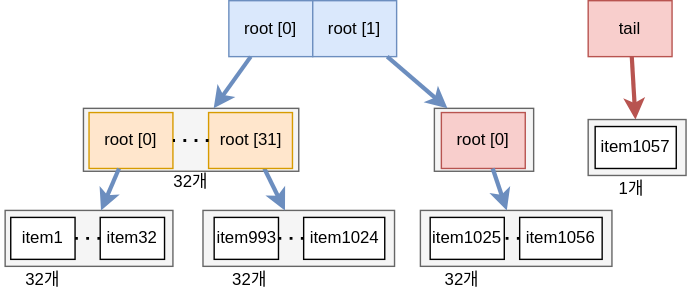
Above: _wiki/clojure/study/vector/vector-1057-tree.svg in johngrib/johngrib.github.io (draw.io), before the change. Source tidied: cells renumbered, new cells last; positions are measured from the earlier drawing's top-left corner, leaving out a move shared by most shapes. Source of this version:
```xml
<mxGraphModel>
  <root>
    <mxCell id="0" />
    <mxCell id="1" parent="0" />
    <mxCell id="2" style="rounded=0;whiteSpace=wrap;html=1;fillColor=#f5f5f5;fontColor=#333333;strokeColor=#666666;" parent="1" vertex="1">
      <mxGeometry x="59" y="77" width="154" height="45" as="geometry" />
    </mxCell>
    <mxCell id="3" style="rounded=0;whiteSpace=wrap;html=1;fillColor=#f5f5f5;fontColor=#333333;strokeColor=#666666;" parent="1" vertex="1">
      <mxGeometry x="144.5" y="150" width="137" height="40" as="geometry" />
    </mxCell>
    <mxCell id="4" style="rounded=0;whiteSpace=wrap;html=1;fillColor=#f5f5f5;fontColor=#333333;strokeColor=#666666;" parent="1" vertex="1">
      <mxGeometry x="3" y="150" width="120" height="40" as="geometry" />
    </mxCell>
    <mxCell id="5" value="root [0]" style="rounded=0;whiteSpace=wrap;html=1;fillColor=#dae8fc;strokeColor=#6c8ebf;" parent="1" vertex="1">
      <mxGeometry x="163" width="60" height="40" as="geometry" />
    </mxCell>
    <mxCell id="6" value="item1" style="rounded=0;whiteSpace=wrap;html=1;" parent="1" vertex="1">
      <mxGeometry x="7" y="155" width="46" height="30" as="geometry" />
    </mxCell>
    <mxCell id="7" value="tail" style="rounded=0;whiteSpace=wrap;html=1;fillColor=#f8cecc;strokeColor=#b85450;" parent="1" vertex="1">
      <mxGeometry x="420" width="60" height="40" as="geometry" />
    </mxCell>
    <mxCell id="8" value="item32" style="rounded=0;whiteSpace=wrap;html=1;" parent="1" vertex="1">
      <mxGeometry x="71" y="155" width="46" height="30" as="geometry" />
    </mxCell>
    <mxCell id="9" style="endArrow=none;dashed=1;html=1;dashPattern=1 3;strokeWidth=2;rounded=0;" parent="1" edge="1" source="8" target="6">
      <mxGeometry relative="1" as="geometry" />
    </mxCell>
    <mxCell id="10" style="endArrow=classic;html=1;rounded=0;strokeWidth=3;fillColor=#f8cecc;strokeColor=#b85450;" parent="1" edge="1" source="7" target="17">
      <mxGeometry relative="1" as="geometry" />
    </mxCell>
    <mxCell id="11" value="root [1]" style="rounded=0;whiteSpace=wrap;html=1;fillColor=#dae8fc;strokeColor=#6c8ebf;" parent="1" vertex="1">
      <mxGeometry x="223" width="60" height="40" as="geometry" />
    </mxCell>
    <mxCell id="12" value="item993" style="rounded=0;whiteSpace=wrap;html=1;" parent="1" vertex="1">
      <mxGeometry x="152.5" y="155" width="46" height="30" as="geometry" />
    </mxCell>
    <mxCell id="13" value="item1024" style="rounded=0;whiteSpace=wrap;html=1;" parent="1" vertex="1">
      <mxGeometry x="216.5" y="155" width="58" height="30" as="geometry" />
    </mxCell>
    <mxCell id="14" style="endArrow=none;dashed=1;html=1;dashPattern=1 3;strokeWidth=2;rounded=0;startArrow=none;" parent="1" edge="1" source="13" target="12">
      <mxGeometry relative="1" as="geometry" />
    </mxCell>
    <mxCell id="15" style="endArrow=classic;html=1;rounded=0;strokeWidth=3;fillColor=#dae8fc;strokeColor=#6c8ebf;" parent="1" edge="1" source="5" target="2">
      <mxGeometry relative="1" as="geometry" />
    </mxCell>
    <mxCell id="16" style="endArrow=classic;html=1;rounded=0;strokeWidth=3;fillColor=#dae8fc;strokeColor=#6c8ebf;" parent="1" edge="1" source="25" target="3">
      <mxGeometry relative="1" as="geometry" />
    </mxCell>
    <mxCell id="17" style="rounded=0;whiteSpace=wrap;html=1;fillColor=#f5f5f5;fontColor=#333333;strokeColor=#666666;" parent="1" vertex="1">
      <mxGeometry x="420" y="85" width="70" height="40" as="geometry" />
    </mxCell>
    <mxCell id="18" value="item1057" style="rounded=0;whiteSpace=wrap;html=1;" parent="1" vertex="1">
      <mxGeometry x="425" y="90" width="58" height="30" as="geometry" />
    </mxCell>
    <mxCell id="19" value="32개" style="text;html=1;strokeColor=none;fillColor=none;align=center;verticalAlign=middle;whiteSpace=wrap;rounded=0;" parent="1" vertex="1">
      <mxGeometry y="185" width="60" height="30" as="geometry" />
    </mxCell>
    <mxCell id="20" value="32개" style="text;html=1;strokeColor=none;fillColor=none;align=center;verticalAlign=middle;whiteSpace=wrap;rounded=0;" parent="1" vertex="1">
      <mxGeometry x="147.5" y="185" width="60" height="30" as="geometry" />
    </mxCell>
    <mxCell id="21" value="1개" style="text;html=1;strokeColor=none;fillColor=none;align=center;verticalAlign=middle;whiteSpace=wrap;rounded=0;" parent="1" vertex="1">
      <mxGeometry x="421" y="120" width="60" height="30" as="geometry" />
    </mxCell>
    <mxCell id="22" value="32개" style="text;html=1;strokeColor=none;fillColor=none;align=center;verticalAlign=middle;whiteSpace=wrap;rounded=0;" parent="1" vertex="1">
      <mxGeometry x="106" y="115" width="60" height="30" as="geometry" />
    </mxCell>
    <mxCell id="23" value="root [0]" style="rounded=0;whiteSpace=wrap;html=1;fillColor=#ffe6cc;strokeColor=#d79b00;" parent="1" vertex="1">
      <mxGeometry x="63" y="80" width="60" height="40" as="geometry" />
    </mxCell>
    <mxCell id="24" style="endArrow=classic;html=1;rounded=0;strokeWidth=3;fillColor=#dae8fc;strokeColor=#6c8ebf;" parent="1" edge="1" source="23" target="4">
      <mxGeometry relative="1" as="geometry" />
    </mxCell>
    <mxCell id="25" value="root [31]" style="rounded=0;whiteSpace=wrap;html=1;fillColor=#ffe6cc;strokeColor=#d79b00;" parent="1" vertex="1">
      <mxGeometry x="148.5" y="80" width="60" height="40" as="geometry" />
    </mxCell>
    <mxCell id="26" style="endArrow=none;dashed=1;html=1;dashPattern=1 3;strokeWidth=2;rounded=0;startArrow=none;" parent="1" edge="1" source="25" target="23">
      <mxGeometry relative="1" as="geometry" />
    </mxCell>
    <mxCell id="27" style="rounded=0;whiteSpace=wrap;html=1;fillColor=#f5f5f5;fontColor=#333333;strokeColor=#666666;" parent="1" vertex="1">
      <mxGeometry x="310" y="77" width="71" height="45" as="geometry" />
    </mxCell>
    <mxCell id="28" style="rounded=0;whiteSpace=wrap;html=1;fillColor=#f5f5f5;fontColor=#333333;strokeColor=#666666;" parent="1" vertex="1">
      <mxGeometry x="300" y="150" width="137" height="40" as="geometry" />
    </mxCell>
    <mxCell id="29" value="item1025" style="rounded=0;whiteSpace=wrap;html=1;" parent="1" vertex="1">
      <mxGeometry x="307" y="155" width="53" height="30" as="geometry" />
    </mxCell>
    <mxCell id="30" value="item1056" style="rounded=0;whiteSpace=wrap;html=1;" parent="1" vertex="1">
      <mxGeometry x="371" y="155" width="59" height="30" as="geometry" />
    </mxCell>
    <mxCell id="31" style="endArrow=none;dashed=1;html=1;dashPattern=1 3;strokeWidth=2;rounded=0;" parent="1" edge="1" source="30" target="29">
      <mxGeometry relative="1" as="geometry" />
    </mxCell>
    <mxCell id="32" value="32개" style="text;html=1;strokeColor=none;fillColor=none;align=center;verticalAlign=middle;whiteSpace=wrap;rounded=0;" parent="1" vertex="1">
      <mxGeometry x="300" y="185" width="60" height="30" as="geometry" />
    </mxCell>
    <mxCell id="33" value="root [0]" style="rounded=0;whiteSpace=wrap;html=1;fillColor=#f8cecc;strokeColor=#b85450;" parent="1" vertex="1">
      <mxGeometry x="315" y="80" width="60" height="40" as="geometry" />
    </mxCell>
    <mxCell id="34" style="endArrow=classic;html=1;rounded=0;strokeWidth=3;fillColor=#dae8fc;strokeColor=#6c8ebf;" parent="1" edge="1" source="33" target="28">
      <mxGeometry relative="1" as="geometry" />
    </mxCell>
    <mxCell id="35" style="endArrow=classic;html=1;rounded=0;strokeWidth=3;fillColor=#dae8fc;strokeColor=#6c8ebf;" parent="1" edge="1" source="11" target="27">
      <mxGeometry relative="1" as="geometry" />
    </mxCell>
  </root>
</mxGraphModel>
```
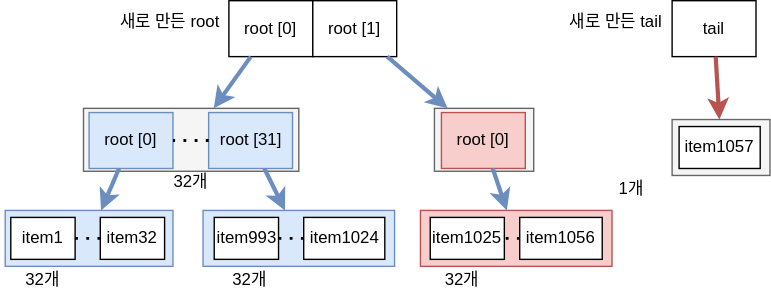
Later version of the same file.

Change to the diagram source:
```diff
@@ -5,20 +5,20 @@
     <mxCell id="2" style="rounded=0;whiteSpace=wrap;html=1;fillColor=#f5f5f5;fontColor=#333333;strokeColor=#666666;" parent="1" vertex="1">
       <mxGeometry x="59" y="77" width="154" height="45" as="geometry" />
     </mxCell>
-    <mxCell id="3" style="rounded=0;whiteSpace=wrap;html=1;fillColor=#f5f5f5;fontColor=#333333;strokeColor=#666666;" parent="1" vertex="1">
+    <mxCell id="3" style="rounded=0;whiteSpace=wrap;html=1;fillColor=#dae8fc;strokeColor=#6c8ebf;" parent="1" vertex="1">
       <mxGeometry x="144.5" y="150" width="137" height="40" as="geometry" />
     </mxCell>
-    <mxCell id="4" style="rounded=0;whiteSpace=wrap;html=1;fillColor=#f5f5f5;fontColor=#333333;strokeColor=#666666;" parent="1" vertex="1">
+    <mxCell id="4" style="rounded=0;whiteSpace=wrap;html=1;fillColor=#dae8fc;strokeColor=#6c8ebf;" parent="1" vertex="1">
       <mxGeometry x="3" y="150" width="120" height="40" as="geometry" />
     </mxCell>
-    <mxCell id="5" value="root [0]" style="rounded=0;whiteSpace=wrap;html=1;fillColor=#dae8fc;strokeColor=#6c8ebf;" parent="1" vertex="1">
+    <mxCell id="5" value="root [0]" style="rounded=0;whiteSpace=wrap;html=1;" parent="1" vertex="1">
       <mxGeometry x="163" width="60" height="40" as="geometry" />
     </mxCell>
     <mxCell id="6" value="item1" style="rounded=0;whiteSpace=wrap;html=1;" parent="1" vertex="1">
       <mxGeometry x="7" y="155" width="46" height="30" as="geometry" />
     </mxCell>
-    <mxCell id="7" value="tail" style="rounded=0;whiteSpace=wrap;html=1;fillColor=#f8cecc;strokeColor=#b85450;" parent="1" vertex="1">
-      <mxGeometry x="420" width="60" height="40" as="geometry" />
+    <mxCell id="7" value="tail" style="rounded=0;whiteSpace=wrap;html=1;" parent="1" vertex="1">
+      <mxGeometry x="480" width="60" height="40" as="geometry" />
     </mxCell>
     <mxCell id="8" value="item32" style="rounded=0;whiteSpace=wrap;html=1;" parent="1" vertex="1">
       <mxGeometry x="71" y="155" width="46" height="30" as="geometry" />
@@ -29,7 +29,7 @@
     <mxCell id="10" style="endArrow=classic;html=1;rounded=0;strokeWidth=3;fillColor=#f8cecc;strokeColor=#b85450;" parent="1" edge="1" source="7" target="17">
       <mxGeometry relative="1" as="geometry" />
     </mxCell>
-    <mxCell id="11" value="root [1]" style="rounded=0;whiteSpace=wrap;html=1;fillColor=#dae8fc;strokeColor=#6c8ebf;" parent="1" vertex="1">
+    <mxCell id="11" value="root [1]" style="rounded=0;whiteSpace=wrap;html=1;" parent="1" vertex="1">
       <mxGeometry x="223" width="60" height="40" as="geometry" />
     </mxCell>
     <mxCell id="12" value="item993" style="rounded=0;whiteSpace=wrap;html=1;" parent="1" vertex="1">
@@ -48,10 +48,10 @@
       <mxGeometry relative="1" as="geometry" />
     </mxCell>
     <mxCell id="17" style="rounded=0;whiteSpace=wrap;html=1;fillColor=#f5f5f5;fontColor=#333333;strokeColor=#666666;" parent="1" vertex="1">
-      <mxGeometry x="420" y="85" width="70" height="40" as="geometry" />
+      <mxGeometry x="480" y="85" width="70" height="40" as="geometry" />
     </mxCell>
     <mxCell id="18" value="item1057" style="rounded=0;whiteSpace=wrap;html=1;" parent="1" vertex="1">
-      <mxGeometry x="425" y="90" width="58" height="30" as="geometry" />
+      <mxGeometry x="485" y="90" width="58" height="30" as="geometry" />
     </mxCell>
     <mxCell id="19" value="32개" style="text;html=1;strokeColor=none;fillColor=none;align=center;verticalAlign=middle;whiteSpace=wrap;rounded=0;" parent="1" vertex="1">
       <mxGeometry y="185" width="60" height="30" as="geometry" />
@@ -65,13 +65,13 @@
     <mxCell id="22" value="32개" style="text;html=1;strokeColor=none;fillColor=none;align=center;verticalAlign=middle;whiteSpace=wrap;rounded=0;" parent="1" vertex="1">
       <mxGeometry x="106" y="115" width="60" height="30" as="geometry" />
     </mxCell>
-    <mxCell id="23" value="root [0]" style="rounded=0;whiteSpace=wrap;html=1;fillColor=#ffe6cc;strokeColor=#d79b00;" parent="1" vertex="1">
+    <mxCell id="23" value="root [0]" style="rounded=0;whiteSpace=wrap;html=1;fillColor=#dae8fc;strokeColor=#6c8ebf;" parent="1" vertex="1">
       <mxGeometry x="63" y="80" width="60" height="40" as="geometry" />
     </mxCell>
     <mxCell id="24" style="endArrow=classic;html=1;rounded=0;strokeWidth=3;fillColor=#dae8fc;strokeColor=#6c8ebf;" parent="1" edge="1" source="23" target="4">
       <mxGeometry relative="1" as="geometry" />
     </mxCell>
-    <mxCell id="25" value="root [31]" style="rounded=0;whiteSpace=wrap;html=1;fillColor=#ffe6cc;strokeColor=#d79b00;" parent="1" vertex="1">
+    <mxCell id="25" value="root [31]" style="rounded=0;whiteSpace=wrap;html=1;fillColor=#dae8fc;strokeColor=#6c8ebf;" parent="1" vertex="1">
       <mxGeometry x="148.5" y="80" width="60" height="40" as="geometry" />
     </mxCell>
     <mxCell id="26" style="endArrow=none;dashed=1;html=1;dashPattern=1 3;strokeWidth=2;rounded=0;startArrow=none;" parent="1" edge="1" source="25" target="23">
@@ -80,7 +80,7 @@
     <mxCell id="27" style="rounded=0;whiteSpace=wrap;html=1;fillColor=#f5f5f5;fontColor=#333333;strokeColor=#666666;" parent="1" vertex="1">
       <mxGeometry x="310" y="77" width="71" height="45" as="geometry" />
     </mxCell>
-    <mxCell id="28" style="rounded=0;whiteSpace=wrap;html=1;fillColor=#f5f5f5;fontColor=#333333;strokeColor=#666666;" parent="1" vertex="1">
+    <mxCell id="28" style="rounded=0;whiteSpace=wrap;html=1;fillColor=#f8cecc;strokeColor=#b85450;" parent="1" vertex="1">
       <mxGeometry x="300" y="150" width="137" height="40" as="geometry" />
     </mxCell>
     <mxCell id="29" value="item1025" style="rounded=0;whiteSpace=wrap;html=1;" parent="1" vertex="1">
@@ -104,5 +104,11 @@
     <mxCell id="35" style="endArrow=classic;html=1;rounded=0;strokeWidth=3;fillColor=#dae8fc;strokeColor=#6c8ebf;" parent="1" edge="1" source="11" target="27">
       <mxGeometry relative="1" as="geometry" />
     </mxCell>
+    <mxCell id="36" value="새로 만든 root" style="text;html=1;strokeColor=none;fillColor=none;align=center;verticalAlign=middle;whiteSpace=wrap;rounded=0;" parent="1" vertex="1">
+      <mxGeometry x="76" width="90" height="30" as="geometry" />
+    </mxCell>
+    <mxCell id="37" value="새로 만든 tail" style="text;html=1;strokeColor=none;fillColor=none;align=center;verticalAlign=middle;whiteSpace=wrap;rounded=0;" parent="1" vertex="1">
+      <mxGeometry x="395" width="90" height="30" as="geometry" />
+    </mxCell>
   </root>
 </mxGraphModel>
```
